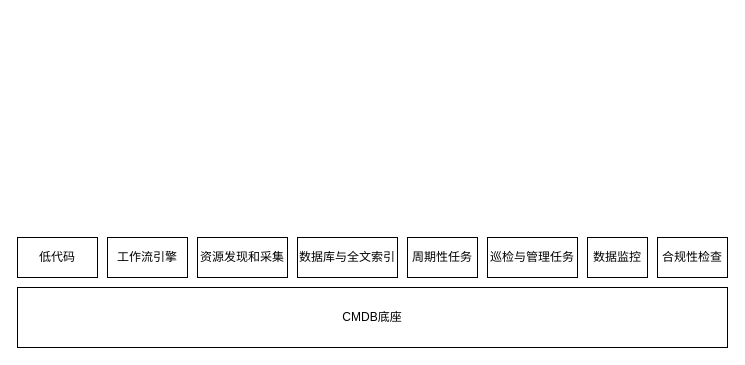
Earlier version of the draw.io diagram 功能架构.drawio (jaywin2u/practices). Source tidied: cells renumbered, new cells numbered last; positions are measured from the earlier drawing's top-left corner, leaving out a move shared by most shapes. Both pictures are drawn from the tidied source at 100%, with x=0, y=0 at pixel (17, 237).
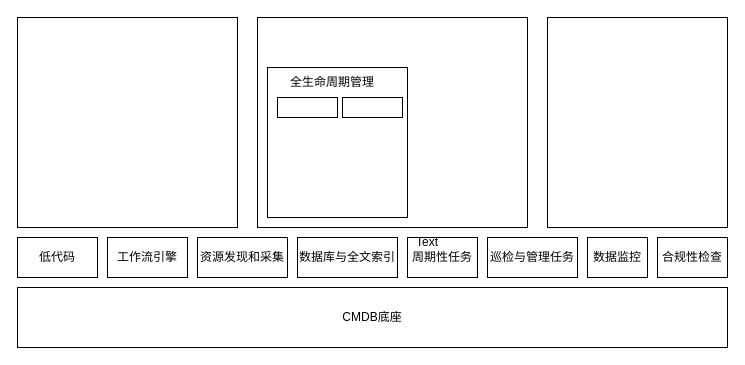
The same diagram, later.

Commit message (it also covers changes not shown here):
更新功能架构.drawio

Diff of the diagram source:
```diff
@@
+    <mxCell id="12" style="rounded=0;whiteSpace=wrap;html=1;" parent="1" vertex="1">
+      <mxGeometry y="-220" width="220" height="210" as="geometry" />
+    </mxCell>
+    <mxCell id="13" style="rounded=0;whiteSpace=wrap;html=1;" parent="1" vertex="1">
+      <mxGeometry x="240" y="-220" width="270" height="210" as="geometry" />
+    </mxCell>
+    <mxCell id="14" style="rounded=0;whiteSpace=wrap;html=1;" parent="1" vertex="1">
+      <mxGeometry x="530" y="-220" width="180" height="210" as="geometry" />
+    </mxCell>
+    <mxCell id="15" style="rounded=0;whiteSpace=wrap;html=1;" parent="1" vertex="1">
+      <mxGeometry x="250" y="-170" width="140" height="150" as="geometry" />
+    </mxCell>
+    <mxCell id="16" value="Text" style="text;html=1;align=center;verticalAlign=middle;whiteSpace=wrap;rounded=0;" parent="1" vertex="1">
+      <mxGeometry x="380" y="-10" width="60" height="30" as="geometry" />
+    </mxCell>
+    <mxCell id="17" value="全生命周期管理" style="text;html=1;align=center;verticalAlign=middle;whiteSpace=wrap;rounded=0;" parent="1" vertex="1">
+      <mxGeometry x="270" y="-170" width="90" height="30" as="geometry" />
+    </mxCell>
+    <mxCell id="18" style="rounded=0;whiteSpace=wrap;html=1;" parent="1" vertex="1">
+      <mxGeometry x="260" y="-140" width="60" height="20" as="geometry" />
+    </mxCell>
+    <mxCell id="19" style="rounded=0;whiteSpace=wrap;html=1;" parent="1" vertex="1">
+      <mxGeometry x="325" y="-140" width="60" height="20" as="geometry" />
+    </mxCell>
```
